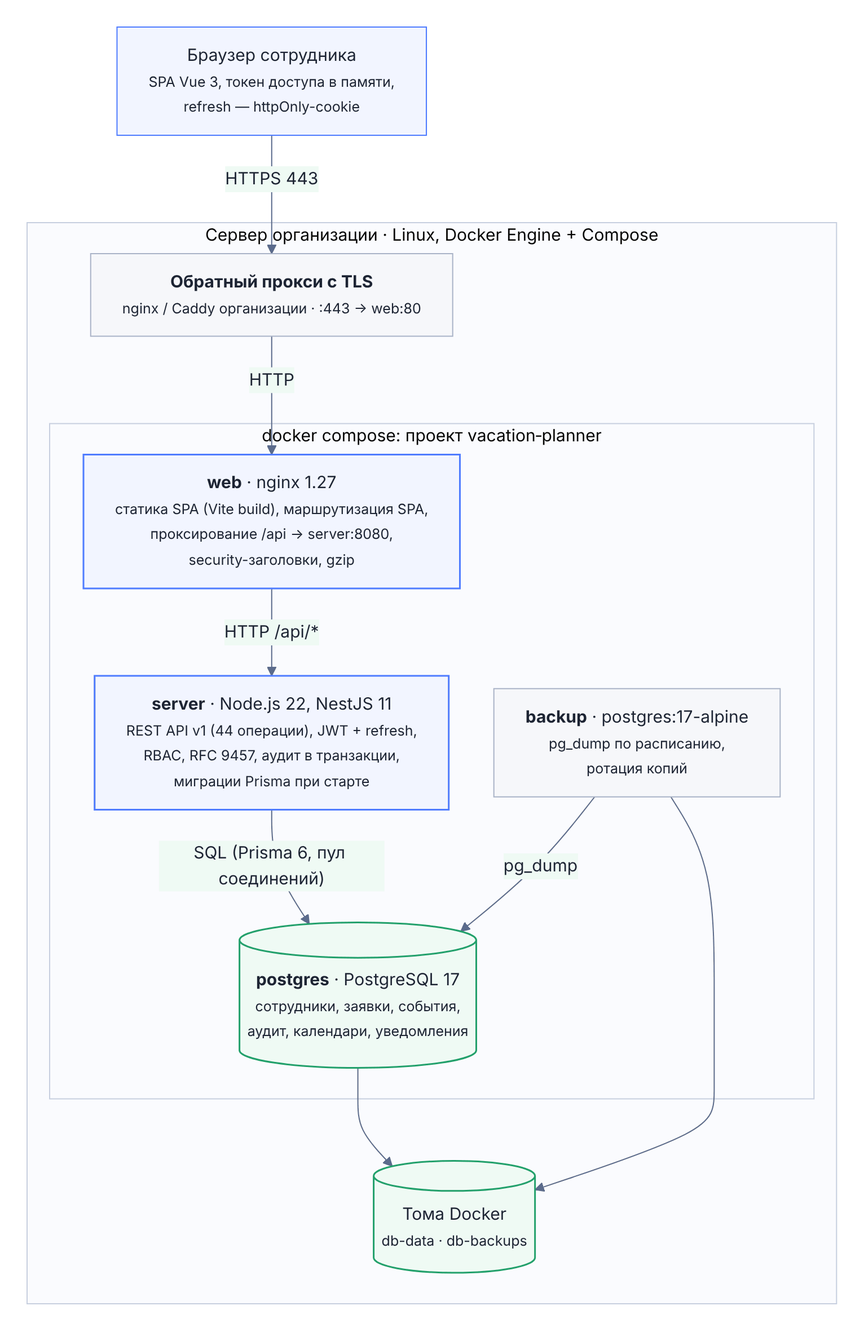
This is docs/images/a02-containers.png from ayurasov/vacation-planner, a Mermaid export, as it was before one commit. Its source is kept beside it as docs/diagrams/a02-containers.mmd. The source it was exported from:
```mermaid
flowchart TB
  classDef client fill:#f2f5ff,stroke:#4f7cff,color:#1d2433
  classDef box fill:#f2f5ff,stroke:#4f7cff,stroke-width:1.5px,color:#1d2433
  classDef db fill:#effaf4,stroke:#22a06b,stroke-width:1.5px,color:#1d2433
  classDef ext fill:#f6f7fa,stroke:#a9b3c7,color:#1d2433

  U["Браузер сотрудника<br/><small>SPA Vue 3, токен доступа в памяти,<br/>refresh — httpOnly-cookie</small>"]:::client

  subgraph HOST["Сервер#nbsp;организации#nbsp;·#nbsp;Linux,#nbsp;Docker#nbsp;Engine#nbsp;+#nbsp;Compose"]
    RP["<b>Обратный прокси с TLS</b><br/><small>nginx / Caddy организации · :443 → web:80</small>"]:::ext
    subgraph NET["docker#nbsp;compose:#nbsp;проект#nbsp;vacation‑planner"]
      WEB["<b>web</b> · nginx 1.27<br/><small>статика SPA (Vite build), маршрутизация SPA,<br/>проксирование /api → server:8080,<br/>security-заголовки, gzip</small>"]:::box
      API["<b>server</b> · Node.js 22, NestJS 11<br/><small>REST API v1 (44 операции), JWT + refresh,<br/>RBAC, RFC 9457, аудит в транзакции,<br/>миграции Prisma при старте</small>"]:::box
      DB[("<b>postgres</b> · PostgreSQL 17<br/><small>сотрудники, заявки, события,<br/>аудит, календари, уведомления</small>")]:::db
      BK["<b>backup</b> · postgres:17-alpine<br/><small>pg_dump по расписанию,<br/>ротация копий</small>"]:::ext
    end
    VOL[("Тома Docker<br/><small>db-data · db-backups</small>")]:::db
  end

  U -- "HTTPS 443" --> RP
  RP -- "HTTP" --> WEB
  WEB -- "HTTP /api/*" --> API
  API -- "SQL (Prisma 6, пул соединений)" --> DB
  BK -- "pg_dump" --> DB
  DB --- VOL
  BK --- VOL
```
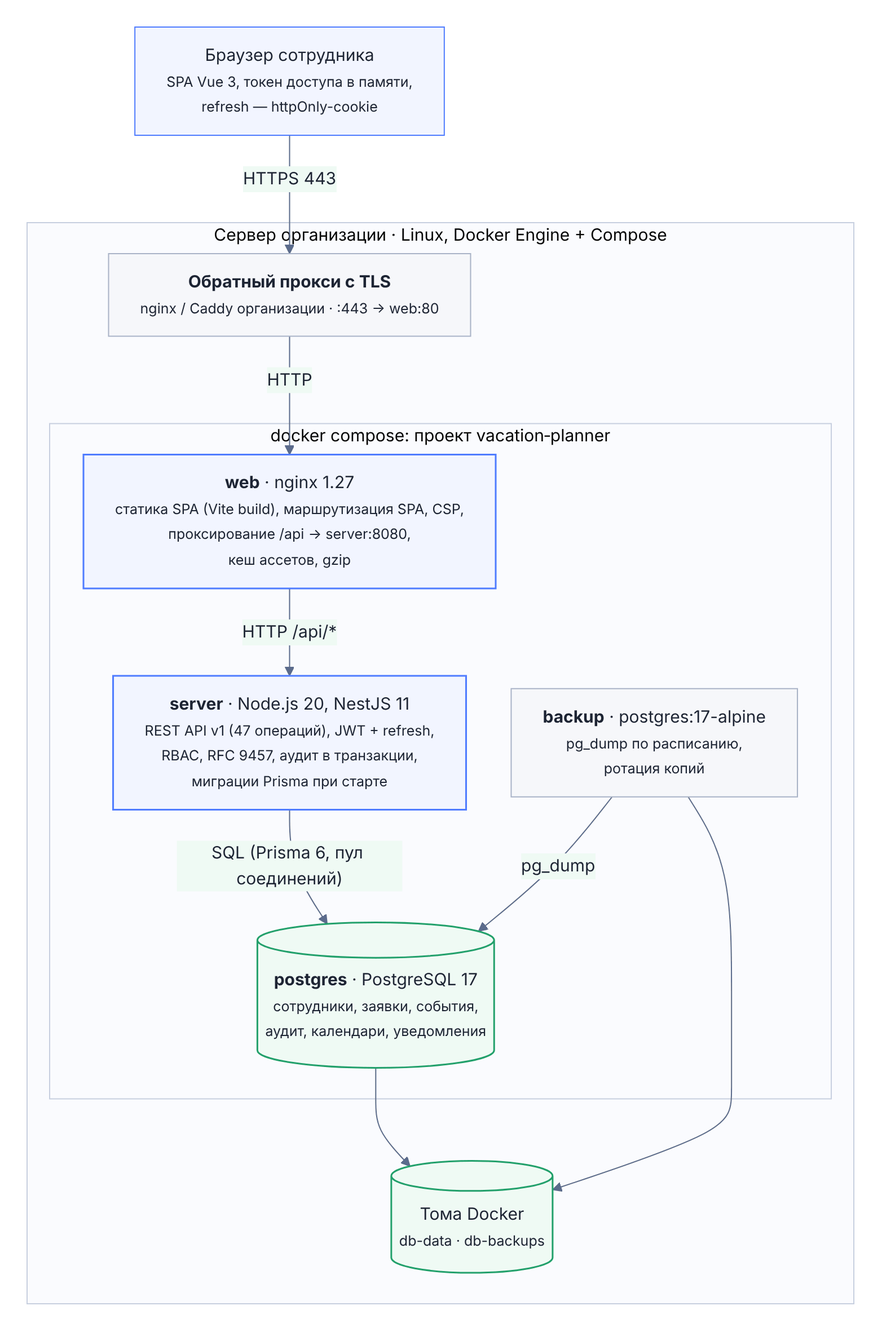
After the commit.

The edit, as a diff of the source:
```diff
@@ -9,8 +9,8 @@
   subgraph HOST["Сервер#nbsp;организации#nbsp;·#nbsp;Linux,#nbsp;Docker#nbsp;Engine#nbsp;+#nbsp;Compose"]
     RP["<b>Обратный прокси с TLS</b><br/><small>nginx / Caddy организации · :443 → web:80</small>"]:::ext
     subgraph NET["docker#nbsp;compose:#nbsp;проект#nbsp;vacation‑planner"]
-      WEB["<b>web</b> · nginx 1.27<br/><small>статика SPA (Vite build), маршрутизация SPA,<br/>проксирование /api → server:8080,<br/>security-заголовки, gzip</small>"]:::box
-      API["<b>server</b> · Node.js 22, NestJS 11<br/><small>REST API v1 (44 операции), JWT + refresh,<br/>RBAC, RFC 9457, аудит в транзакции,<br/>миграции Prisma при старте</small>"]:::box
+      WEB["<b>web</b> · nginx 1.27<br/><small>статика SPA (Vite build), маршрутизация SPA, CSP,<br/>проксирование /api → server:8080,<br/>кеш ассетов, gzip</small>"]:::box
+      API["<b>server</b> · Node.js 20, NestJS 11<br/><small>REST API v1 (47 операций), JWT + refresh,<br/>RBAC, RFC 9457, аудит в транзакции,<br/>миграции Prisma при старте</small>"]:::box
       DB[("<b>postgres</b> · PostgreSQL 17<br/><small>сотрудники, заявки, события,<br/>аудит, календари, уведомления</small>")]:::db
       BK["<b>backup</b> · postgres:17-alpine<br/><small>pg_dump по расписанию,<br/>ротация копий</small>"]:::ext
     end
```
